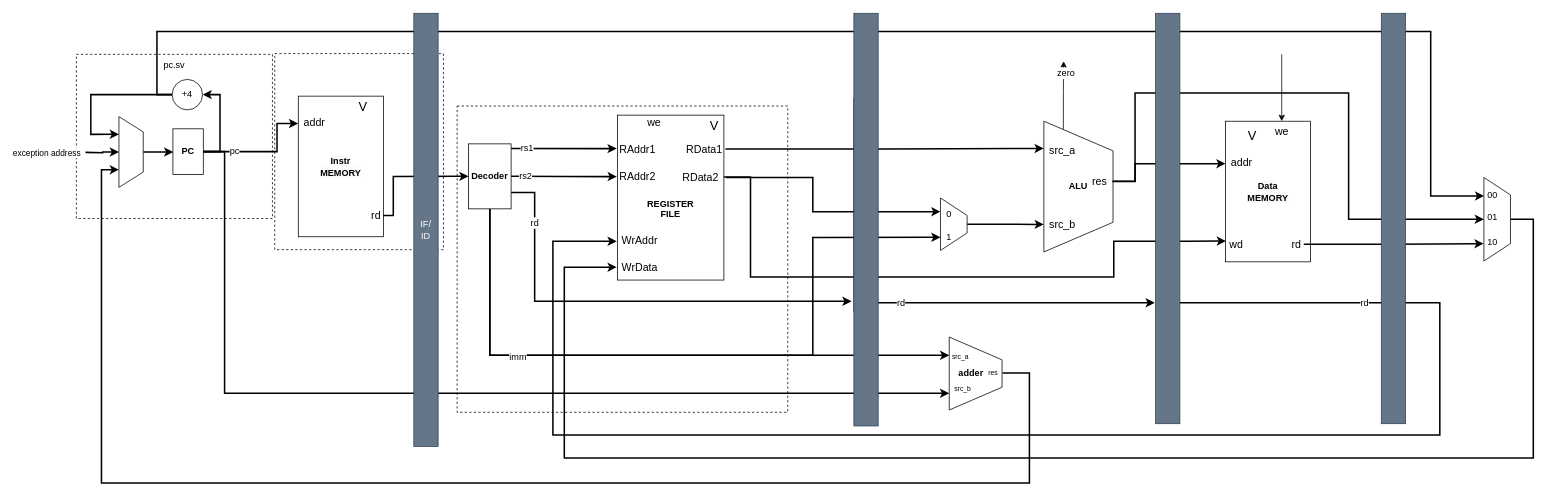
Before: page "pipelined" (2 of 2) of doc/architecture.drawio in T-Szymk/FRiscV, a draw.io diagram. Source tidied: cells renumbered, new cells numbered last; positions are measured from the earlier drawing's top-left corner, leaving out a move shared by most shapes. Both pictures are drawn from the tidied source at 76%, with x=0, y=0 at pixel (76, 13).
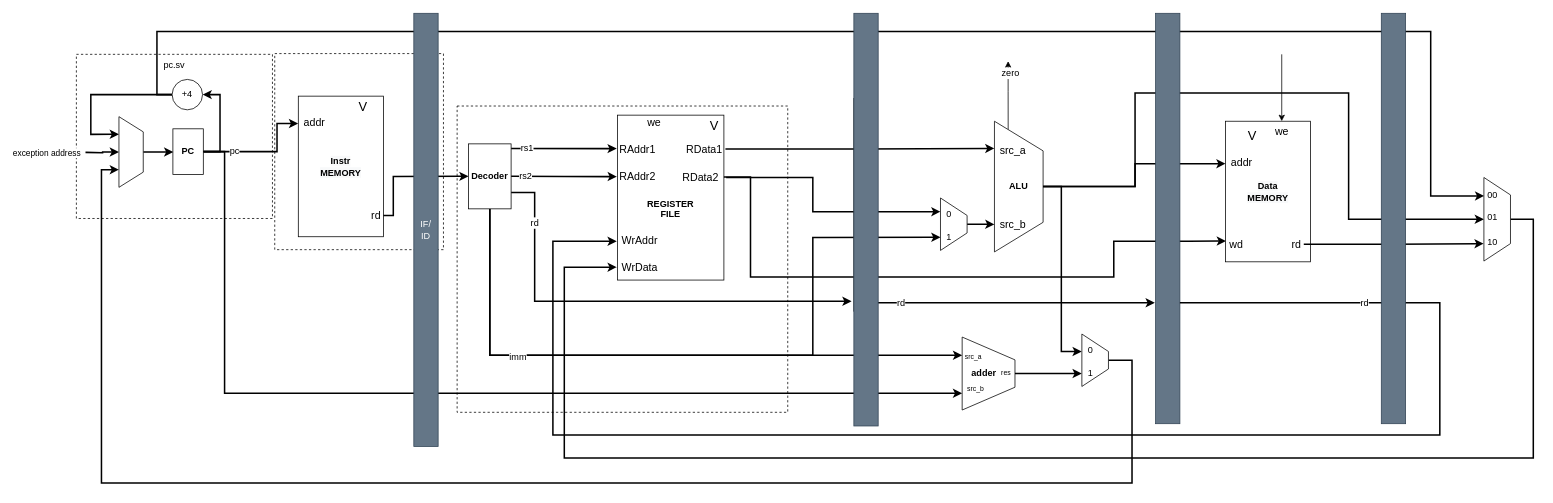
The same page after the edit.

Commit message:
added JAL/JALR to datapath of pipelined arch

Unchanged cells that the change refers to:
```xml
<mxCell id="19" value="addr" style="text;html=1;align=center;verticalAlign=middle;points=[];strokeColor=none;fillColor=none;fontSize=14;" parent="1" vertex="1">
  <mxGeometry x="1512" y="182" width="42" height="28" as="geometry" />
</mxCell>
<mxCell id="68" style="shape=trapezoid;perimeter=trapezoidPerimeter;whiteSpace=wrap;html=1;fixedSize=1;labelBackgroundColor=default;fontFamily=Helvetica;fontSize=12;fontColor=default;fillColor=default;gradientColor=none;direction=south;size=23;" parent="67" vertex="1">
  <mxGeometry width="35" height="110" as="geometry" />
</mxCell>
<mxCell id="79" style="shape=trapezoid;perimeter=trapezoidPerimeter;whiteSpace=wrap;html=1;fixedSize=1;rotation=90;" parent="1" vertex="1">
  <mxGeometry x="25.5" y="166.5" width="93" height="32" as="geometry" />
</mxCell>
```

What changed in the source:
```diff
@@
-    <mxCell id="13" value="&lt;span style=&quot;font-weight: 700 ; background-color: rgb(248 , 249 , 250)&quot;&gt;Instr&lt;/span&gt;&lt;br style=&quot;font-weight: 700 ; background-color: rgb(248 , 249 , 250)&quot;&gt;&lt;span style=&quot;font-weight: 700 ; background-color: rgb(248 , 249 , 250)&quot;&gt;MEMORY&lt;/span&gt;" style="rounded=0;whiteSpace=wrap;html=1;fontFamily=Helvetica;fontSize=12;fontColor=default;fillColor=default;gradientColor=none;labelBackgroundColor=default;" parent="1" vertex="1">
+    <mxCell id="13" value="&lt;span style=&quot;font-weight: 700 ; background-color: rgb(248 , 249 , 250)&quot;&gt;Instr&lt;/span&gt;&lt;br style=&quot;font-weight: 700 ; background-color: rgb(248 , 249 , 250)&quot;&gt;&lt;span style=&quot;font-weight: 700 ; background-color: rgb(248 , 249 , 250)&quot;&gt;MEMORY&lt;/span&gt;" style="rounded=0;whiteSpace=wrap;html=1;fontFamily=Helvetica;fontSize=12;fontColor=default;gradientColor=none;labelBackgroundColor=default;" parent="1" vertex="1">
       <mxGeometry x="292" y="109" width="112" height="185" as="geometry" />
     </mxCell>
@@
-    <mxCell id="18" value="&lt;span style=&quot;background-color: rgb(248 , 249 , 250)&quot;&gt;&lt;b&gt;Data&lt;/b&gt;&lt;/span&gt;&lt;br style=&quot;font-weight: 700 ; background-color: rgb(248 , 249 , 250)&quot;&gt;&lt;span style=&quot;font-weight: 700 ; background-color: rgb(248 , 249 , 250)&quot;&gt;MEMORY&lt;/span&gt;" style="rounded=0;whiteSpace=wrap;html=1;fontFamily=Helvetica;fontSize=12;fontColor=default;fillColor=default;gradientColor=none;labelBackgroundColor=default;" parent="1" vertex="1">
+    <mxCell id="18" value="&lt;span style=&quot;background-color: rgb(248 , 249 , 250)&quot;&gt;&lt;b&gt;Data&lt;/b&gt;&lt;/span&gt;&lt;br style=&quot;font-weight: 700 ; background-color: rgb(248 , 249 , 250)&quot;&gt;&lt;span style=&quot;font-weight: 700 ; background-color: rgb(248 , 249 , 250)&quot;&gt;MEMORY&lt;/span&gt;" style="rounded=0;whiteSpace=wrap;html=1;fontFamily=Helvetica;fontSize=12;fontColor=default;gradientColor=none;labelBackgroundColor=default;" parent="1" vertex="1">
       <mxGeometry x="1512" y="142" width="112" height="185" as="geometry" />
     </mxCell>
@@
     <mxCell id="46" style="edgeStyle=orthogonalEdgeStyle;rounded=0;jettySize=auto;html=1;exitX=0;exitY=0.75;exitDx=0;exitDy=0;fontFamily=Helvetica;fontSize=12;fontColor=default;endArrow=classic;endFill=1;strokeWidth=1;" parent="1" edge="1" source="48">
       <mxGeometry relative="1" as="geometry">
-        <mxPoint x="1299" y="63" as="targetPoint" />
+        <mxPoint x="1226" y="63" as="targetPoint" />
       </mxGeometry>
     </mxCell>
@@
     <mxCell id="48" value="ALU" style="shape=trapezoid;perimeter=trapezoidPerimeter;whiteSpace=wrap;html=1;fixedSize=1;fontSize=12;direction=south;size=39;align=center;fontStyle=1;" parent="1" vertex="1">
-      <mxGeometry x="1273" y="142" width="91" height="172" as="geometry" />
+      <mxGeometry x="1208" y="142" width="64" height="172" as="geometry" />
     </mxCell>
     <mxCell id="49" value="src_a" style="text;html=1;align=center;verticalAlign=middle;points=[];strokeColor=none;fillColor=none;fontSize=14;" parent="1" vertex="1">
-      <mxGeometry x="1273" y="168" width="48" height="24" as="geometry" />
+      <mxGeometry x="1208" y="168" width="48" height="24" as="geometry" />
     </mxCell>
     <mxCell id="50" value="src_b" style="text;html=1;align=center;verticalAlign=middle;points=[];strokeColor=none;fillColor=none;fontSize=14;" parent="1" vertex="1">
-      <mxGeometry x="1273" y="265.8" width="48" height="24" as="geometry" />
+      <mxGeometry x="1208" y="265.8" width="48" height="24" as="geometry" />
     </mxCell>
-    <mxCell id="51" style="edgeStyle=orthogonalEdgeStyle;rounded=0;jettySize=auto;html=1;entryX=0.002;entryY=0.567;entryDx=0;entryDy=0;entryPerimeter=0;fontFamily=Helvetica;fontSize=12;fontColor=default;endArrow=classic;endFill=1;strokeWidth=2;exitX=0.972;exitY=0.509;exitDx=0;exitDy=0;exitPerimeter=0;" parent="1" edge="1" source="53" target="19">
+    <mxCell id="51" style="edgeStyle=orthogonalEdgeStyle;rounded=0;jettySize=auto;html=1;entryX=0.002;entryY=0.567;entryDx=0;entryDy=0;entryPerimeter=0;fontFamily=Helvetica;fontSize=12;fontColor=default;endArrow=classic;endFill=1;strokeWidth=2;exitX=0.5;exitY=0;exitDx=0;exitDy=0;" parent="1" edge="1" source="48" target="19">
       <mxGeometry relative="1" as="geometry">
         <Array as="points">
-          <mxPoint x="1393" y="221" />
+          <mxPoint x="1393" y="228" />
           <mxPoint x="1393" y="198" />
         </Array>
       </mxGeometry>
     </mxCell>
-    <mxCell id="52" style="edgeStyle=orthogonalEdgeStyle;rounded=0;jettySize=auto;html=1;entryX=0.5;entryY=1;entryDx=0;entryDy=0;fontFamily=Helvetica;fontSize=12;fontColor=default;endArrow=classic;endFill=1;strokeWidth=2;" parent="1" edge="1" source="53" target="68">
+    <mxCell id="52" style="edgeStyle=orthogonalEdgeStyle;rounded=0;jettySize=auto;html=1;entryX=0.5;entryY=1;entryDx=0;entryDy=0;fontFamily=Helvetica;fontSize=12;fontColor=default;endArrow=classic;endFill=1;strokeWidth=2;exitX=0.5;exitY=0;exitDx=0;exitDy=0;" parent="1" edge="1" source="48" target="68">
       <mxGeometry relative="1" as="geometry">
         <Array as="points">
-          <mxPoint x="1393" y="221" />
+          <mxPoint x="1393" y="228" />
           <mxPoint x="1393" y="105" />
           <mxPoint x="1674" y="105" />
           <mxPoint x="1674" y="271" />
         </Array>
       </mxGeometry>
     </mxCell>
-    <mxCell id="53" value="res" style="text;html=1;align=center;verticalAlign=middle;points=[];strokeColor=none;fillColor=none;fontSize=14;" parent="1" vertex="1">
-      <mxGeometry x="1328" y="209" width="36" height="24" as="geometry" />
-    </mxCell>
+    <mxCell id="84" style="edgeStyle=orthogonalEdgeStyle;rounded=0;jettySize=auto;html=1;entryX=-0.007;entryY=0.541;entryDx=0;entryDy=0;entryPerimeter=0;strokeWidth=2;exitX=0.5;exitY=0;exitDx=0;exitDy=0;" parent="1" edge="1" source="48" target="88">
+      <mxGeometry relative="1" as="geometry">
+        <Array as="points">
+          <mxPoint x="1296" y="228" />
+          <mxPoint x="1296" y="445" />
+        </Array>
+      </mxGeometry>
+    </mxCell>
@@
     <mxCell id="62" value="&amp;nbsp; &amp;nbsp;adder" style="shape=trapezoid;perimeter=trapezoidPerimeter;whiteSpace=wrap;html=1;fixedSize=1;fontSize=12;direction=south;size=30;align=left;fontStyle=1;" parent="1" vertex="1">
-      <mxGeometry x="1148.5" y="426" width="69.5" height="96" as="geometry" />
+      <mxGeometry x="1165.5" y="426" width="69.5" height="96" as="geometry" />
     </mxCell>
     <mxCell id="63" value="src_a" style="text;html=1;align=center;verticalAlign=middle;strokeColor=none;fillColor=none;fontSize=9;" parent="1" vertex="1">
-      <mxGeometry x="1146" y="444" width="33" height="15" as="geometry" />
+      <mxGeometry x="1163" y="444" width="33" height="15" as="geometry" />
     </mxCell>
     <mxCell id="64" value="src_b" style="text;html=1;align=center;verticalAlign=middle;points=[];strokeColor=none;fillColor=none;fontSize=9;" parent="1" vertex="1">
-      <mxGeometry x="1149" y="486" width="33" height="15" as="geometry" />
+      <mxGeometry x="1166" y="486" width="33" height="15" as="geometry" />
     </mxCell>
-    <mxCell id="65" style="edgeStyle=orthogonalEdgeStyle;rounded=0;jettySize=auto;html=1;fontFamily=Helvetica;fontSize=12;fontColor=default;endArrow=classic;endFill=1;strokeWidth=2;entryX=0.75;entryY=1;entryDx=0;entryDy=0;exitX=1.03;exitY=0.462;exitDx=0;exitDy=0;exitPerimeter=0;" parent="1" edge="1" source="66" target="79">
+    <mxCell id="65" style="edgeStyle=orthogonalEdgeStyle;rounded=0;jettySize=auto;html=1;fontFamily=Helvetica;fontSize=12;fontColor=default;endArrow=classic;endFill=1;strokeWidth=2;entryX=0.75;entryY=1;entryDx=0;entryDy=0;exitX=0.5;exitY=0;exitDx=0;exitDy=0;" parent="1" edge="1" source="87" target="79">
       <mxGeometry relative="1" as="geometry">
         <Array as="points">
-          <mxPoint x="1254" y="473" />
-          <mxPoint x="1254" y="618" />
+          <mxPoint x="1389" y="457" />
+          <mxPoint x="1389" y="618" />
           <mxPoint x="33" y="618" />
           <mxPoint x="33" y="206" />
-          <mxPoint x="56" y="206" />
         </Array>
       </mxGeometry>
     </mxCell>
+    <mxCell id="85" style="edgeStyle=orthogonalEdgeStyle;rounded=0;jettySize=auto;html=1;entryX=-0.007;entryY=0.498;entryDx=0;entryDy=0;entryPerimeter=0;strokeWidth=2;" parent="1" edge="1" source="66" target="89">
+      <mxGeometry relative="1" as="geometry" />
+    </mxCell>
     <mxCell id="66" value="res" style="text;html=1;align=center;verticalAlign=middle;points=[];strokeColor=none;fillColor=none;fontSize=9;" parent="1" vertex="1">
-      <mxGeometry x="1194" y="466.5" width="24" height="15" as="geometry" />
+      <mxGeometry x="1211" y="466.5" width="24" height="15" as="geometry" />
     </mxCell>
@@
+    <mxCell id="86" style="group;" parent="1" vertex="1">
+      <mxGeometry x="1323" y="422" width="35" height="69" as="geometry" />
+    </mxCell>
+    <mxCell id="87" style="shape=trapezoid;perimeter=trapezoidPerimeter;whiteSpace=wrap;html=1;fixedSize=1;labelBackgroundColor=default;fontFamily=Helvetica;fontSize=12;fontColor=default;fillColor=default;gradientColor=none;direction=south;size=23;" parent="86" vertex="1">
+      <mxGeometry width="35" height="69" as="geometry" />
+    </mxCell>
+    <mxCell id="88" value="0" style="text;html=1;align=center;verticalAlign=middle;points=[];strokeColor=none;fillColor=none;fontSize=12;fontFamily=Helvetica;fontColor=default;" parent="86" vertex="1">
+      <mxGeometry y="7.8" width="21" height="28" as="geometry" />
+    </mxCell>
+    <mxCell id="89" value="1" style="text;html=1;align=center;verticalAlign=middle;points=[];strokeColor=none;fillColor=none;fontSize=12;fontFamily=Helvetica;fontColor=default;" parent="86" vertex="1">
+      <mxGeometry y="38.1" width="21" height="28" as="geometry" />
+    </mxCell>
```
